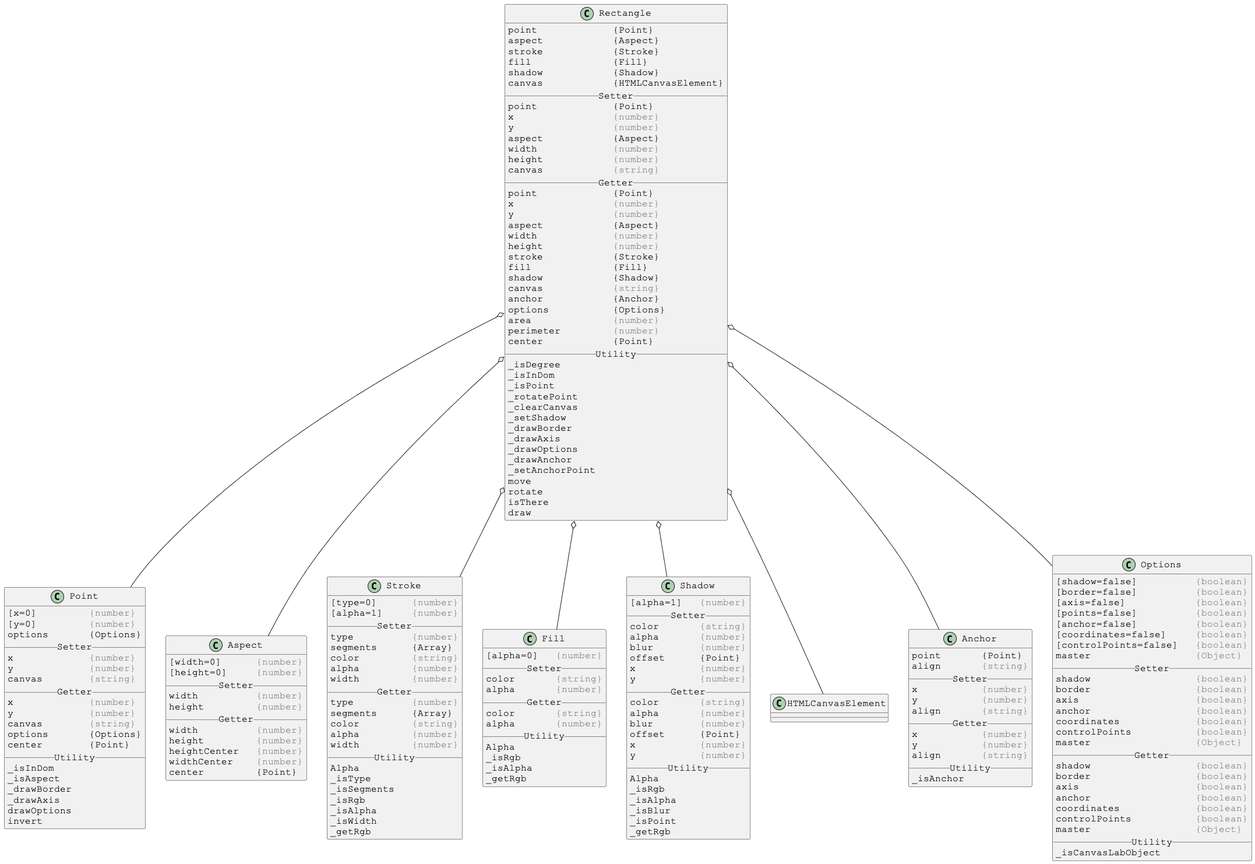
Earlier version of the PlantUML export docs/PlantUml/images/linked/Rectangle-linked.png (Justin-Byrne/canvasLab).
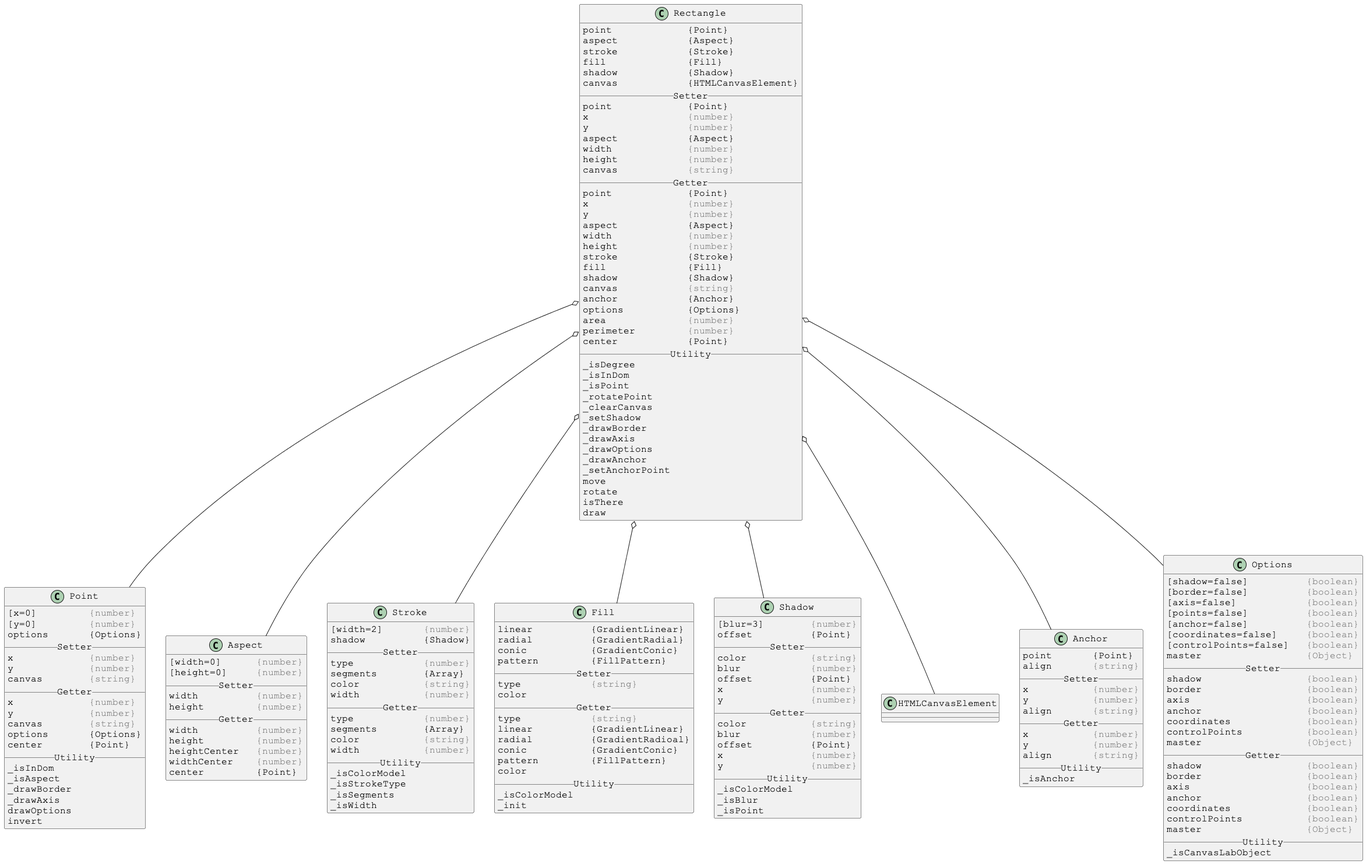
Later version of the same file.

Change to the diagram source:
```diff
@@ -114,28 +114,23 @@
 skinparam DefaultFontName Courier New
 
 class Stroke {
-[type=0]      <color:gray>{number}</color>
-[alpha=1]     <color:gray>{number}</color>
+[width=2]       <color:gray>{number}</color>
+shadow          {Shadow}
 __ Setter __
-type          <color:gray>{number}</color>
-segments      {Array}
-color         <color:gray>{string}</color>
-alpha         <color:gray>{number}</color>
-width         <color:gray>{number}</color>
+type            <color:gray>{number}</color>
+segments        {Array}
+color           <color:gray>{string}</color>
+width           <color:gray>{number}</color>
 __ Getter __
-type          <color:gray>{number}</color>
-segments      {Array}
-color         <color:gray>{string}</color>
-alpha         <color:gray>{number}</color>
-width         <color:gray>{number}</color>
+type            <color:gray>{number}</color>
+segments        {Array}
+color           <color:gray>{string}</color>
+width           <color:gray>{number}</color>
 __ Utility __
-Alpha
-_isType
+_isColorModel
+_isStrokeType
 _isSegments
-_isRgb
-_isAlpha
 _isWidth
-_getRgb
 }
 
 
@@ -144,18 +139,23 @@
 skinparam DefaultFontName Courier New
 
 class Fill {
-[alpha=0]   <color:gray>{number}</color>
+linear          {GradientLinear}
+radial          {GradientRadial}
+conic           {GradientConic}
+pattern         {FillPattern}
 __ Setter __
-color       <color:gray>{string}</color>
-alpha       <color:gray>{number}</color>
+type            <color:gray>{string}</color>
+color
 __ Getter __
-color       <color:gray>{string}</color>
-alpha       <color:gray>{number}</color>
+type            <color:gray>{string}</color>
+linear          {GradientLinear}
+radial          {GradientRadioal}
+conic           {GradientConic}
+pattern         {FillPattern}
+color
 __ Utility __
-Alpha
-_isRgb
-_isAlpha
-_getRgb
+_isColorModel
+_init
 }
 
 
@@ -164,28 +164,24 @@
 skinparam DefaultFontName Courier New
 
 class Shadow {
-[alpha=1]   <color:gray>{number}</color>
+[blur=3]        <color:gray>{number}</color>
+offset          {Point}
 __ Setter __
-color       <color:gray>{string}</color>
-alpha       <color:gray>{number}</color>
-blur        <color:gray>{number}</color>
-offset      {Point}
-x           <color:gray>{number}</color>
-y           <color:gray>{number}</color>
+color           <color:gray>{string}</color>
+blur            <color:gray>{number}</color>
+offset          {Point}
+x               <color:gray>{number}</color>
+y               <color:gray>{number}</color>
 __ Getter __
-color       <color:gray>{string}</color>
-alpha       <color:gray>{number}</color>
-blur        <color:gray>{number}</color>
-offset      {Point}
-x           <color:gray>{number}</color>
-y           <color:gray>{number}</color>
+color           <color:gray>{string}</color>
+blur            <color:gray>{number}</color>
+offset          {Point}
+x               <color:gray>{number}</color>
+y               <color:gray>{number}</color>
 __ Utility __
-Alpha
-_isRgb
-_isAlpha
+_isColorModel
 _isBlur
 _isPoint
-_getRgb
 }
 
 
```
